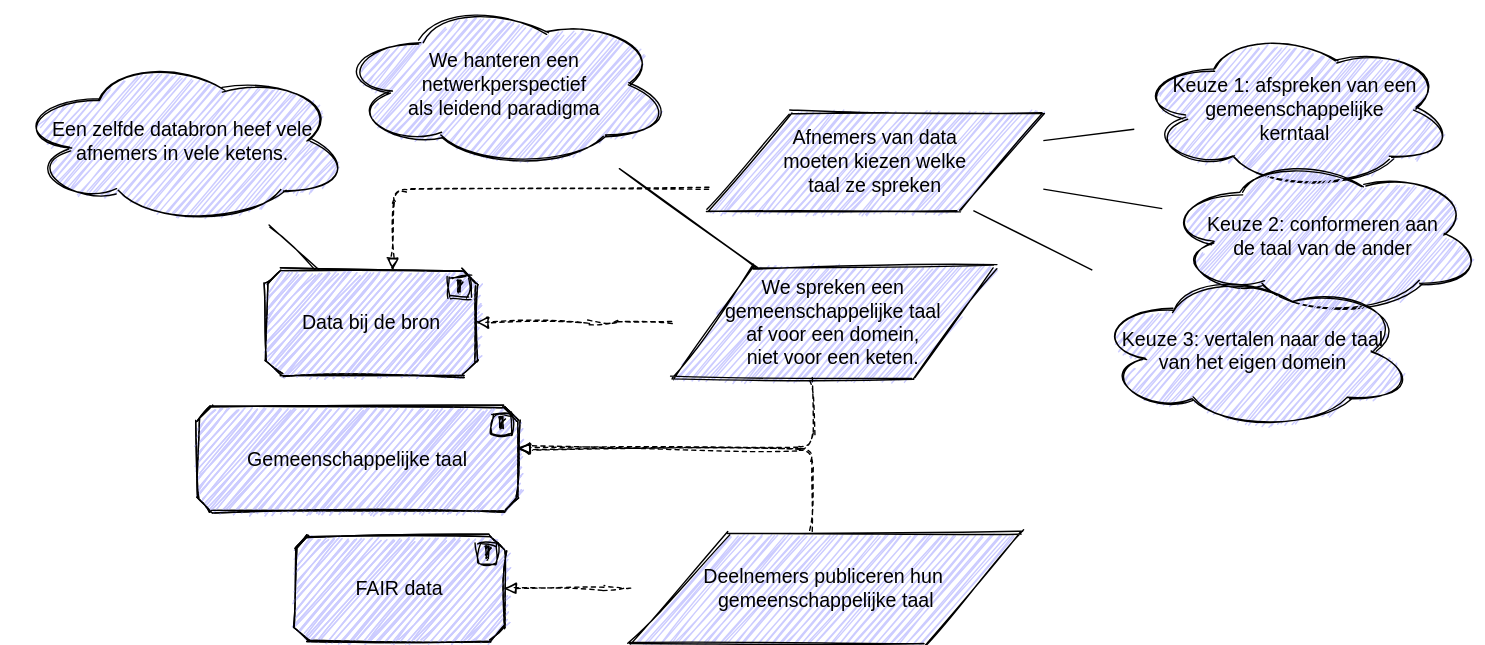
Above: .gitbook/assets/system/languagerelations.svg in dizra/docs (draw.io), before the change. Source tidied: cells renumbered, new cells last; positions are measured from the earlier drawing's top-left corner, leaving out a move shared by most shapes. Source of this version:
```xml
<mxGraphModel>
  <root>
    <mxCell id="0" />
    <mxCell id="1" parent="0" />
    <mxCell id="2" style="rounded=0;whiteSpace=wrap;html=1;fillColor=none;strokeColor=none;sketch=1;" parent="1" vertex="1">
      <mxGeometry y="267.5" width="1060" height="60" as="geometry" />
    </mxCell>
    <mxCell id="3" value="Gemeenschappelijke taal" style="html=1;outlineConnect=0;whiteSpace=wrap;fillColor=#CCCCFF;shape=mxgraph.archimate3.application;appType=principle;archiType=oct;fontSize=14;sketch=1;" parent="1" vertex="1">
      <mxGeometry x="140" y="290" width="230" height="75" as="geometry" />
    </mxCell>
    <mxCell id="4" value="FAIR data" style="html=1;outlineConnect=0;whiteSpace=wrap;fillColor=#CCCCFF;shape=mxgraph.archimate3.application;appType=principle;archiType=oct;fontSize=14;sketch=1;" parent="1" vertex="1">
      <mxGeometry x="210" y="382.5" width="150" height="75" as="geometry" />
    </mxCell>
    <mxCell id="5" value="Data bij de bron" style="html=1;outlineConnect=0;whiteSpace=wrap;fillColor=#CCCCFF;shape=mxgraph.archimate3.application;appType=principle;archiType=oct;fontSize=14;sketch=1;" parent="1" vertex="1">
      <mxGeometry x="190" y="192.5" width="150" height="75" as="geometry" />
    </mxCell>
    <mxCell id="6" value="Deelnemers publiceren hun&amp;nbsp;&lt;br&gt;gemeenschappelijke taal" style="html=1;outlineConnect=0;whiteSpace=wrap;fillColor=#CCCCFF;shape=mxgraph.archimate3.requirement;fontSize=14;sketch=1;" parent="1" vertex="1">
      <mxGeometry x="450" y="380" width="280" height="80" as="geometry" />
    </mxCell>
    <mxCell id="7" value="We spreken een gemeenschappelijke taal &lt;br&gt;af voor een domein, &lt;br&gt;niet voor een keten." style="html=1;outlineConnect=0;whiteSpace=wrap;fillColor=#CCCCFF;shape=mxgraph.archimate3.requirement;fontSize=14;sketch=1;" parent="1" vertex="1">
      <mxGeometry x="480" y="190" width="230" height="80" as="geometry" />
    </mxCell>
    <mxCell id="8" value="&lt;span style=&quot;color: rgb(0 , 0 , 0) ; font-style: normal ; font-weight: normal ; letter-spacing: normal ; text-indent: 0px ; text-transform: none ; word-spacing: 0px ; text-decoration: none&quot;&gt;Een zelfde databron heef vele afnemers in vele ketens.&lt;/span&gt;" style="shape=cloud;html=1;whiteSpace=wrap;fillColor=#CCCCFF;fontSize=14;sketch=1;" parent="1" vertex="1">
      <mxGeometry x="10" y="40" width="240" height="120" as="geometry" />
    </mxCell>
    <mxCell id="9" style="endArrow=none;html=1;fontSize=14;sketch=1;" parent="1" edge="1" source="5" target="8">
      <mxGeometry relative="1" as="geometry" />
    </mxCell>
    <mxCell id="10" style="edgeStyle=elbowEdgeStyle;html=1;endArrow=block;elbow=vertical;endFill=0;dashed=1;fontSize=14;sketch=1;" parent="1" edge="1" source="6" target="4">
      <mxGeometry relative="1" as="geometry">
        <Array as="points">
          <mxPoint x="440" y="420" />
        </Array>
      </mxGeometry>
    </mxCell>
    <mxCell id="11" style="edgeStyle=elbowEdgeStyle;html=1;endArrow=block;elbow=vertical;endFill=0;dashed=1;fontSize=14;sketch=1;" parent="1" edge="1" source="6" target="3">
      <mxGeometry relative="1" as="geometry">
        <Array as="points">
          <mxPoint x="580" y="320" />
        </Array>
      </mxGeometry>
    </mxCell>
    <mxCell id="12" style="edgeStyle=elbowEdgeStyle;html=1;endArrow=block;elbow=vertical;endFill=0;dashed=1;fontSize=14;sketch=1;" parent="1" edge="1" source="7" target="3">
      <mxGeometry relative="1" as="geometry">
        <Array as="points">
          <mxPoint x="580" y="320" />
        </Array>
      </mxGeometry>
    </mxCell>
    <mxCell id="13" style="edgeStyle=elbowEdgeStyle;html=1;endArrow=block;elbow=vertical;endFill=0;dashed=1;fontSize=14;sketch=1;" parent="1" edge="1" source="7" target="5">
      <mxGeometry relative="1" as="geometry">
        <Array as="points">
          <mxPoint x="430" y="230" />
        </Array>
      </mxGeometry>
    </mxCell>
    <mxCell id="14" value="Afnemers van data moeten kiezen welke taal ze spreken" style="html=1;outlineConnect=0;whiteSpace=wrap;fillColor=#CCCCFF;shape=mxgraph.archimate3.requirement;fontSize=14;sketch=1;spacingLeft=50;spacingRight=50;" parent="1" vertex="1">
      <mxGeometry x="505" y="80" width="240" height="70" as="geometry" />
    </mxCell>
    <mxCell id="15" value="Keuze 1: afspreken van een gemeenschappelijke &lt;br&gt;kerntaal" style="shape=cloud;html=1;whiteSpace=wrap;fillColor=#CCCCFF;fontSize=14;sketch=1;" parent="1" vertex="1">
      <mxGeometry x="810" y="20" width="230" height="115" as="geometry" />
    </mxCell>
    <mxCell id="16" value="Keuze 2: conformeren aan &lt;br&gt;de taal van de ander" style="shape=cloud;html=1;whiteSpace=wrap;fillColor=#CCCCFF;fontSize=14;sketch=1;" parent="1" vertex="1">
      <mxGeometry x="830" y="110" width="230" height="115" as="geometry" />
    </mxCell>
    <mxCell id="17" value="Keuze 3: vertalen naar de taal &lt;br&gt;van het eigen domein" style="shape=cloud;html=1;whiteSpace=wrap;fillColor=#CCCCFF;fontSize=14;sketch=1;" parent="1" vertex="1">
      <mxGeometry x="780" y="192.5" width="230" height="115" as="geometry" />
    </mxCell>
    <mxCell id="18" style="endArrow=none;html=1;fontSize=14;" parent="1" edge="1" source="14" target="15">
      <mxGeometry relative="1" as="geometry" />
    </mxCell>
    <mxCell id="19" style="endArrow=none;html=1;fontSize=14;" parent="1" edge="1" source="14" target="16">
      <mxGeometry relative="1" as="geometry" />
    </mxCell>
    <mxCell id="20" style="endArrow=none;html=1;fontSize=14;" parent="1" edge="1" source="14" target="17">
      <mxGeometry relative="1" as="geometry" />
    </mxCell>
    <mxCell id="21" style="edgeStyle=elbowEdgeStyle;html=1;endArrow=block;elbow=vertical;endFill=0;dashed=1;fontSize=14;sketch=1;" parent="1" edge="1" source="14" target="5">
      <mxGeometry relative="1" as="geometry">
        <Array as="points">
          <mxPoint x="280" y="135" />
        </Array>
      </mxGeometry>
    </mxCell>
    <mxCell id="22" value="&lt;span style=&quot;color: rgb(0 , 0 , 0) ; font-style: normal ; font-weight: normal ; letter-spacing: normal ; text-indent: 0px ; text-transform: none ; word-spacing: 0px ; text-decoration: none&quot;&gt;We hanteren een &lt;br&gt;netwerkperspectief &lt;br&gt;als leidend paradigma&lt;/span&gt;" style="shape=cloud;html=1;whiteSpace=wrap;fillColor=#CCCCFF;fontSize=14;sketch=1;" parent="1" vertex="1">
      <mxGeometry x="240" width="240" height="120" as="geometry" />
    </mxCell>
    <mxCell id="23" style="endArrow=none;html=1;fontSize=14;sketch=1;" parent="1" edge="1" source="7" target="22">
      <mxGeometry relative="1" as="geometry" />
    </mxCell>
  </root>
</mxGraphModel>
```
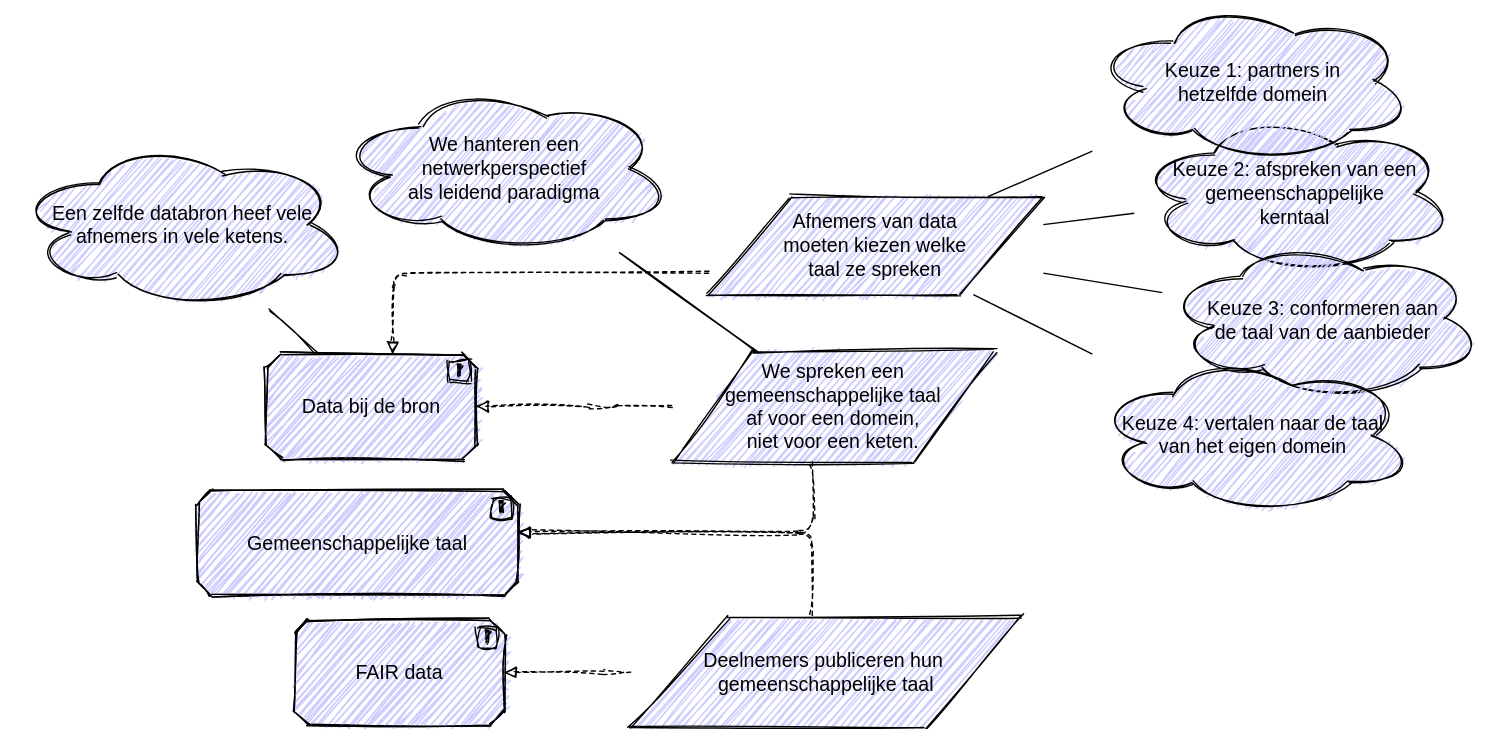
After the change.

Commit message:
Kleine correcties

Diff of the diagram source:
```diff
@@ -57,13 +57,13 @@
     <mxCell id="14" value="Afnemers van data moeten kiezen welke taal ze spreken" style="html=1;outlineConnect=0;whiteSpace=wrap;fillColor=#CCCCFF;shape=mxgraph.archimate3.requirement;fontSize=14;sketch=1;spacingLeft=50;spacingRight=50;" parent="1" vertex="1">
       <mxGeometry x="505" y="80" width="240" height="70" as="geometry" />
     </mxCell>
-    <mxCell id="15" value="Keuze 1: afspreken van een gemeenschappelijke &lt;br&gt;kerntaal" style="shape=cloud;html=1;whiteSpace=wrap;fillColor=#CCCCFF;fontSize=14;sketch=1;" parent="1" vertex="1">
+    <mxCell id="15" value="Keuze 2: afspreken van een gemeenschappelijke &lt;br&gt;kerntaal" style="shape=cloud;html=1;whiteSpace=wrap;fillColor=#CCCCFF;fontSize=14;sketch=1;" parent="1" vertex="1">
       <mxGeometry x="810" y="20" width="230" height="115" as="geometry" />
     </mxCell>
-    <mxCell id="16" value="Keuze 2: conformeren aan &lt;br&gt;de taal van de ander" style="shape=cloud;html=1;whiteSpace=wrap;fillColor=#CCCCFF;fontSize=14;sketch=1;" parent="1" vertex="1">
+    <mxCell id="16" value="Keuze 3: conformeren aan &lt;br&gt;de taal van de aanbieder" style="shape=cloud;html=1;whiteSpace=wrap;fillColor=#CCCCFF;fontSize=14;sketch=1;" parent="1" vertex="1">
       <mxGeometry x="830" y="110" width="230" height="115" as="geometry" />
     </mxCell>
-    <mxCell id="17" value="Keuze 3: vertalen naar de taal &lt;br&gt;van het eigen domein" style="shape=cloud;html=1;whiteSpace=wrap;fillColor=#CCCCFF;fontSize=14;sketch=1;" parent="1" vertex="1">
+    <mxCell id="17" value="Keuze 4: vertalen naar de taal &lt;br&gt;van het eigen domein" style="shape=cloud;html=1;whiteSpace=wrap;fillColor=#CCCCFF;fontSize=14;sketch=1;" parent="1" vertex="1">
       <mxGeometry x="780" y="192.5" width="230" height="115" as="geometry" />
     </mxCell>
     <mxCell id="18" style="endArrow=none;html=1;fontSize=14;" parent="1" edge="1" source="14" target="15">
@@ -88,5 +88,11 @@
     <mxCell id="23" style="endArrow=none;html=1;fontSize=14;sketch=1;" parent="1" edge="1" source="7" target="22">
       <mxGeometry relative="1" as="geometry" />
     </mxCell>
+    <mxCell id="24" value="Keuze 1: partners in &lt;br&gt;hetzelfde domein" style="shape=cloud;html=1;whiteSpace=wrap;fillColor=#CCCCFF;fontSize=14;sketch=1;" parent="1" vertex="1">
+      <mxGeometry x="780" y="-60" width="230" height="115" as="geometry" />
+    </mxCell>
+    <mxCell id="25" style="endArrow=none;html=1;fontSize=14;" parent="1" edge="1" source="14" target="24">
+      <mxGeometry relative="1" as="geometry" />
+    </mxCell>
   </root>
 </mxGraphModel>
```
